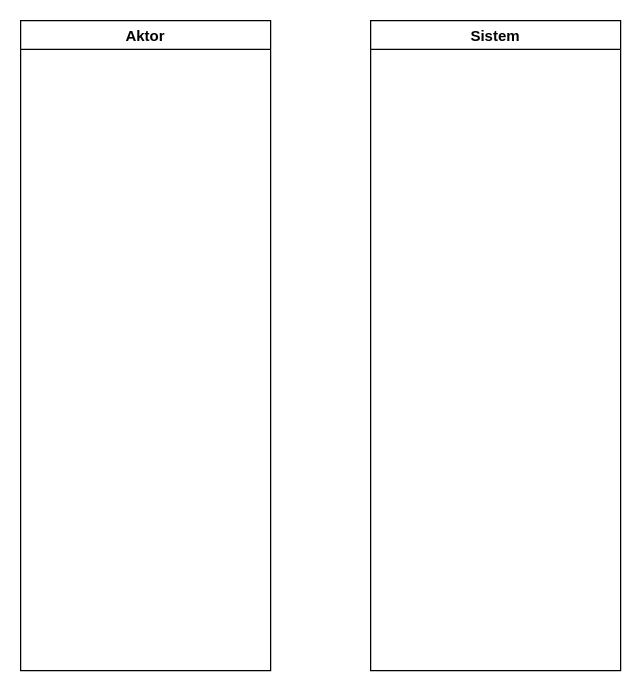
This is registrasi activity diagram.drawio from ratihpn99/tokoonline, a draw.io file, before an edit. Source tidied: cells renumbered, new cells numbered last; positions are measured from the earlier drawing's top-left corner, leaving out a move shared by most shapes. Both pictures are drawn from the tidied source at 125%, with x=0, y=0 at pixel (20, 20).
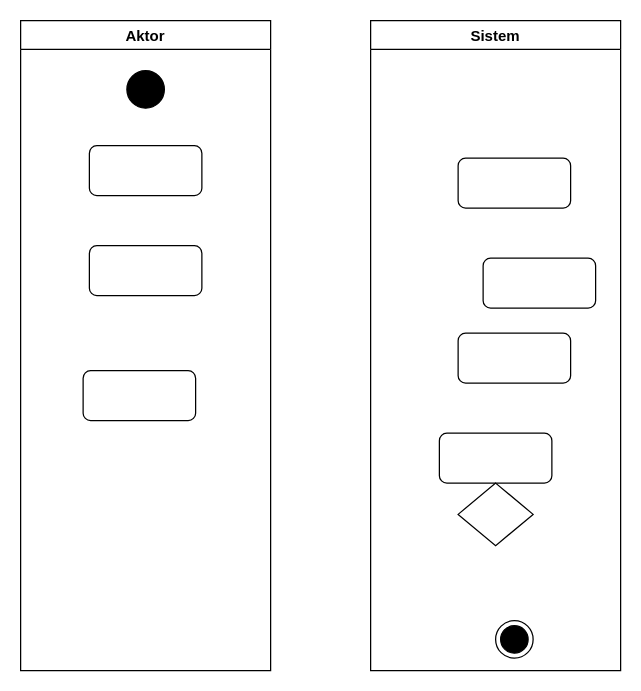
The same diagram, later.

Diff of the diagram source:
```diff
@@
 <mxGraphModel>
   <root>
     <mxCell id="0" />
     <mxCell id="1" parent="0" />
     <mxCell id="2" value="Aktor" style="swimlane;" parent="1" vertex="1">
       <mxGeometry width="200" height="520" as="geometry" />
     </mxCell>
+    <mxCell id="4" style="ellipse;whiteSpace=wrap;html=1;fillColor=#000000;" parent="2" vertex="1">
+      <mxGeometry x="85" y="40" width="30" height="30" as="geometry" />
+    </mxCell>
+    <mxCell id="5" style="rounded=1;whiteSpace=wrap;html=1;fillColor=#FFFFFF;" parent="2" vertex="1">
+      <mxGeometry x="55" y="100" width="90" height="40" as="geometry" />
+    </mxCell>
+    <mxCell id="6" style="rounded=1;whiteSpace=wrap;html=1;fillColor=#FFFFFF;" parent="2" vertex="1">
+      <mxGeometry x="55" y="180" width="90" height="40" as="geometry" />
+    </mxCell>
+    <mxCell id="7" style="rounded=1;whiteSpace=wrap;html=1;fillColor=#FFFFFF;" parent="2" vertex="1">
+      <mxGeometry x="50" y="280" width="90" height="40" as="geometry" />
+    </mxCell>
     <mxCell id="3" value="Sistem" style="swimlane;" parent="1" vertex="1">
       <mxGeometry x="280" width="200" height="520" as="geometry" />
     </mxCell>
+    <mxCell id="8" style="rounded=1;whiteSpace=wrap;html=1;fillColor=#FFFFFF;" parent="3" vertex="1">
+      <mxGeometry x="70" y="110" width="90" height="40" as="geometry" />
+    </mxCell>
+    <mxCell id="9" style="rounded=1;whiteSpace=wrap;html=1;fillColor=#FFFFFF;" parent="3" vertex="1">
+      <mxGeometry x="90" y="190" width="90" height="40" as="geometry" />
+    </mxCell>
+    <mxCell id="10" style="rounded=1;whiteSpace=wrap;html=1;fillColor=#FFFFFF;" parent="3" vertex="1">
+      <mxGeometry x="70" y="250" width="90" height="40" as="geometry" />
+    </mxCell>
+    <mxCell id="11" style="rounded=1;whiteSpace=wrap;html=1;fillColor=#FFFFFF;" parent="3" vertex="1">
+      <mxGeometry x="55" y="330" width="90" height="40" as="geometry" />
+    </mxCell>
+    <mxCell id="12" style="rhombus;whiteSpace=wrap;html=1;fillColor=#FFFFFF;" parent="3" vertex="1">
+      <mxGeometry x="70" y="370" width="60" height="50" as="geometry" />
+    </mxCell>
+    <mxCell id="13" style="ellipse;html=1;shape=endState;fillColor=#000000;strokeColor=#000000;" parent="3" vertex="1">
+      <mxGeometry x="100" y="480" width="30" height="30" as="geometry" />
+    </mxCell>
   </root>
 </mxGraphModel>
```
